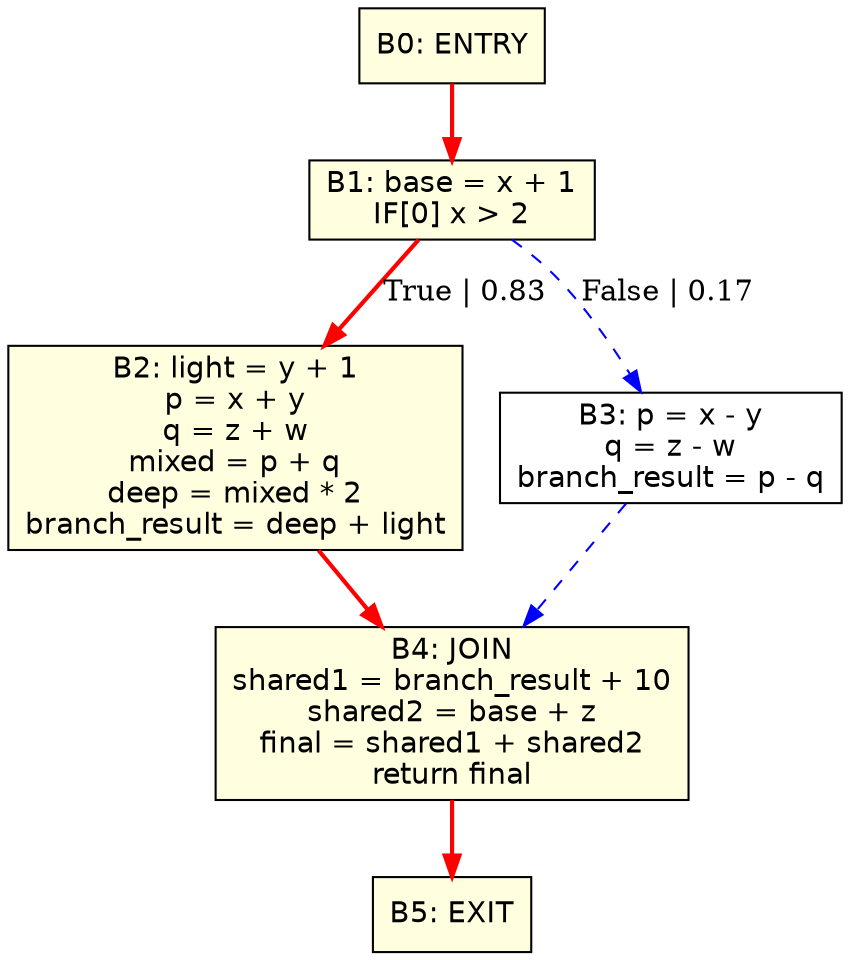
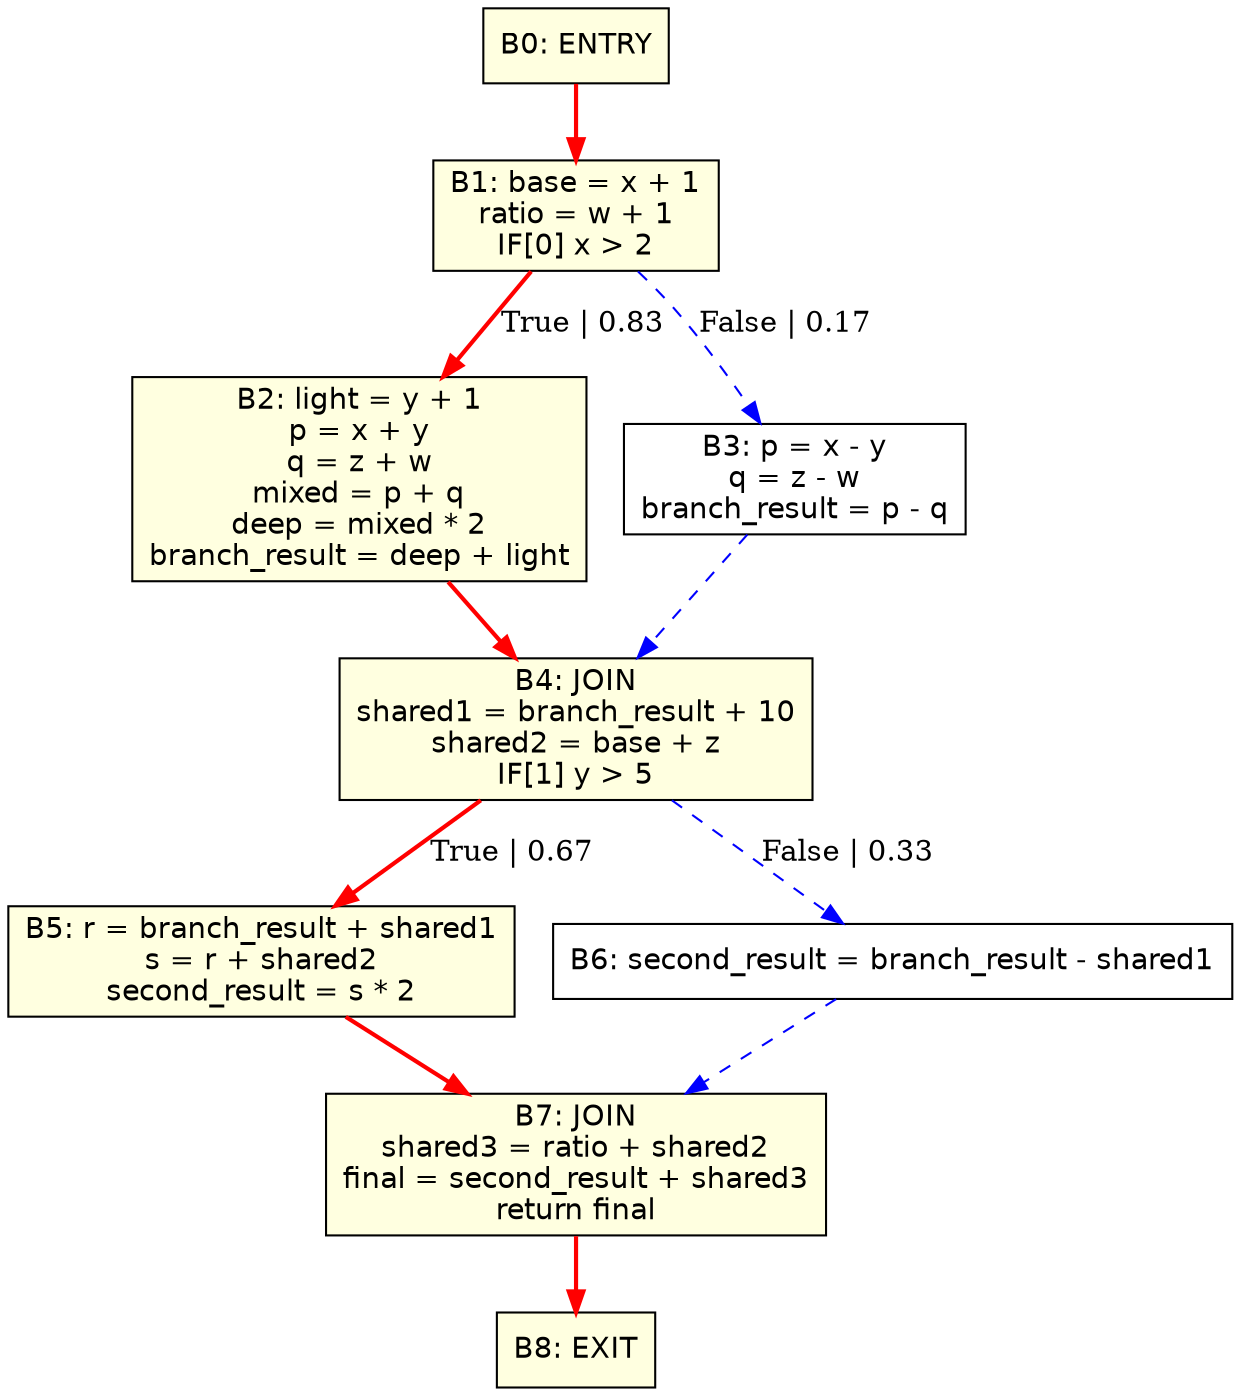
digraph CFG {
  rankdir=TB;
  node [shape=box, fontname=Helvetica];
  B0 [label="B0: ENTRY", style="filled", fillcolor="lightyellow"];
-   B1 [label="B1: base = x + 1\nIF[0] x > 2", style="filled", fillcolor="lightyellow"];
+   B1 [label="B1: base = x + 1\nratio = w + 1\nIF[0] x > 2", style="filled", fillcolor="lightyellow"];
  B2 [label="B2: light = y + 1\np = x + y\nq = z + w\nmixed = p + q\ndeep = mixed * 2\nbranch_result = deep + light", style="filled", fillcolor="lightyellow"];
  B3 [label="B3: p = x - y\nq = z - w\nbranch_result = p - q"];
-   B4 [label="B4: JOIN\nshared1 = branch_result + 10\nshared2 = base + z\nfinal = shared1 + shared2\nreturn final", style="filled", fillcolor="lightyellow"];
-   B5 [label="B5: EXIT", style="filled", fillcolor="lightyellow"];
+   B4 [label="B4: JOIN\nshared1 = branch_result + 10\nshared2 = base + z\nIF[1] y > 5", style="filled", fillcolor="lightyellow"];
+   B5 [label="B5: r = branch_result + shared1\ns = r + shared2\nsecond_result = s * 2", style="filled", fillcolor="lightyellow"];
+   B6 [label="B6: second_result = branch_result - shared1"];
+   B7 [label="B7: JOIN\nshared3 = ratio + shared2\nfinal = second_result + shared3\nreturn final", style="filled", fillcolor="lightyellow"];
+   B8 [label="B8: EXIT", style="filled", fillcolor="lightyellow"];
  B0 -> B1 [color="red", penwidth=2.0];
  B1 -> B2 [label="True | 0.83", color="red", penwidth=2.0];
  B1 -> B3 [label="False | 0.17", color="blue", style="dashed"];
  B2 -> B4 [color="red", penwidth=2.0];
  B3 -> B4 [color="blue", style="dashed"];
-   B4 -> B5 [color="red", penwidth=2.0];
+   B4 -> B5 [label="True | 0.67", color="red", penwidth=2.0];
+   B4 -> B6 [label="False | 0.33", color="blue", style="dashed"];
+   B5 -> B7 [color="red", penwidth=2.0];
+   B6 -> B7 [color="blue", style="dashed"];
+   B7 -> B8 [color="red", penwidth=2.0];
}